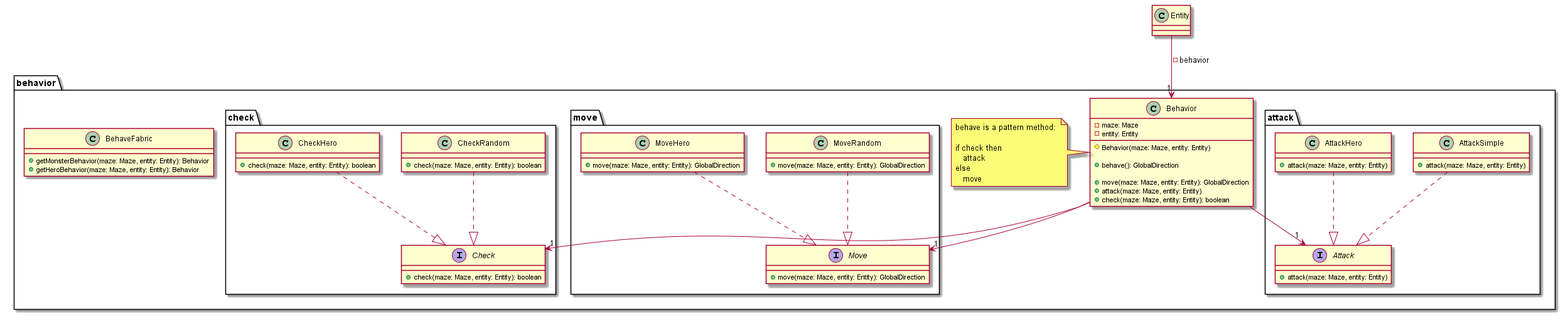
Earlier version of the PlantUML export doc/second_sprint/diagrams/class/behavior.png (Reynault/ACL_2019_Zelpop).
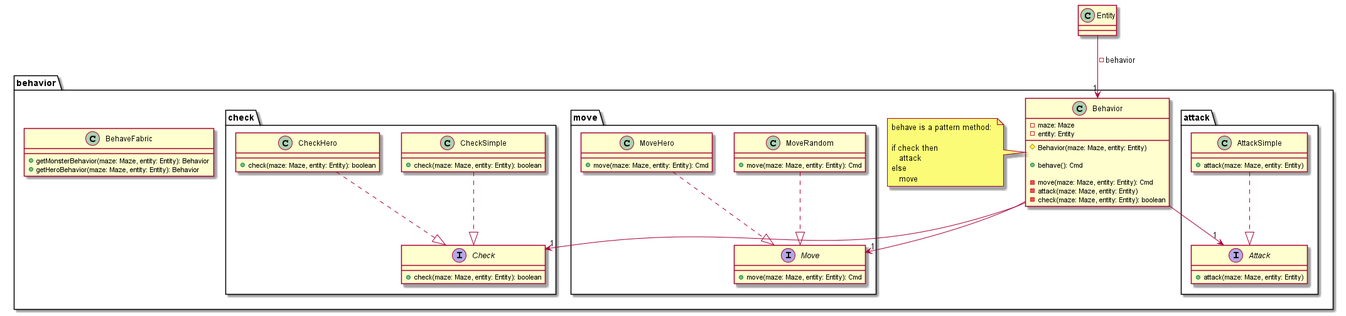
The same diagram one commit later.

Commit message:
second sprint: update class diagrams

What changed in the source:
```diff
@@ -12,11 +12,11 @@
 
         # Behavior(maze: Maze, entity: Entity)
 
-        + behave(): GlobalDirection
+        + behave(): Cmd
 
-        + move(maze: Maze, entity: Entity): GlobalDirection
-        + attack(maze: Maze, entity: Entity)
-        + check(maze: Maze, entity: Entity): boolean
+        - move(maze: Maze, entity: Entity): Cmd
+        - attack(maze: Maze, entity: Entity)
+        - check(maze: Maze, entity: Entity): boolean
     }
 
     note left: behave is a pattern method: \n\nif check then \n   attack \nelse \n   move
@@ -27,7 +27,7 @@
             + check(maze: Maze, entity: Entity): boolean
         }
 
-        class CheckRandom{
+        class CheckSimple{
             + check(maze: Maze, entity: Entity): boolean
         }
 
@@ -40,15 +40,15 @@
     package move{
 
         interface Move{
-            + move(maze: Maze, entity: Entity): GlobalDirection
+            + move(maze: Maze, entity: Entity): Cmd
         }
 
         class MoveRandom{
-            + move(maze: Maze, entity: Entity): GlobalDirection
+            + move(maze: Maze, entity: Entity): Cmd
         }
 
         class MoveHero{
-            + move(maze: Maze, entity: Entity): GlobalDirection
+            + move(maze: Maze, entity: Entity): Cmd
         }
 
     }
@@ -63,10 +63,6 @@
             + attack(maze: Maze, entity: Entity)
         }
 
-        class AttackHero{
-            + attack(maze: Maze, entity: Entity)
-        }
-
     }
 
     class BehaveFabric{
@@ -78,12 +74,11 @@
 
 
 AttackSimple ..|> Attack
-AttackHero ..|> Attack
 
 MoveRandom ..|> Move
 MoveHero ..|> Move
 
-CheckRandom ..|> Check
+CheckSimple ..|> Check
 CheckHero ..|> Check
 
 Entity --> "1" Behavior: - behavior
```
